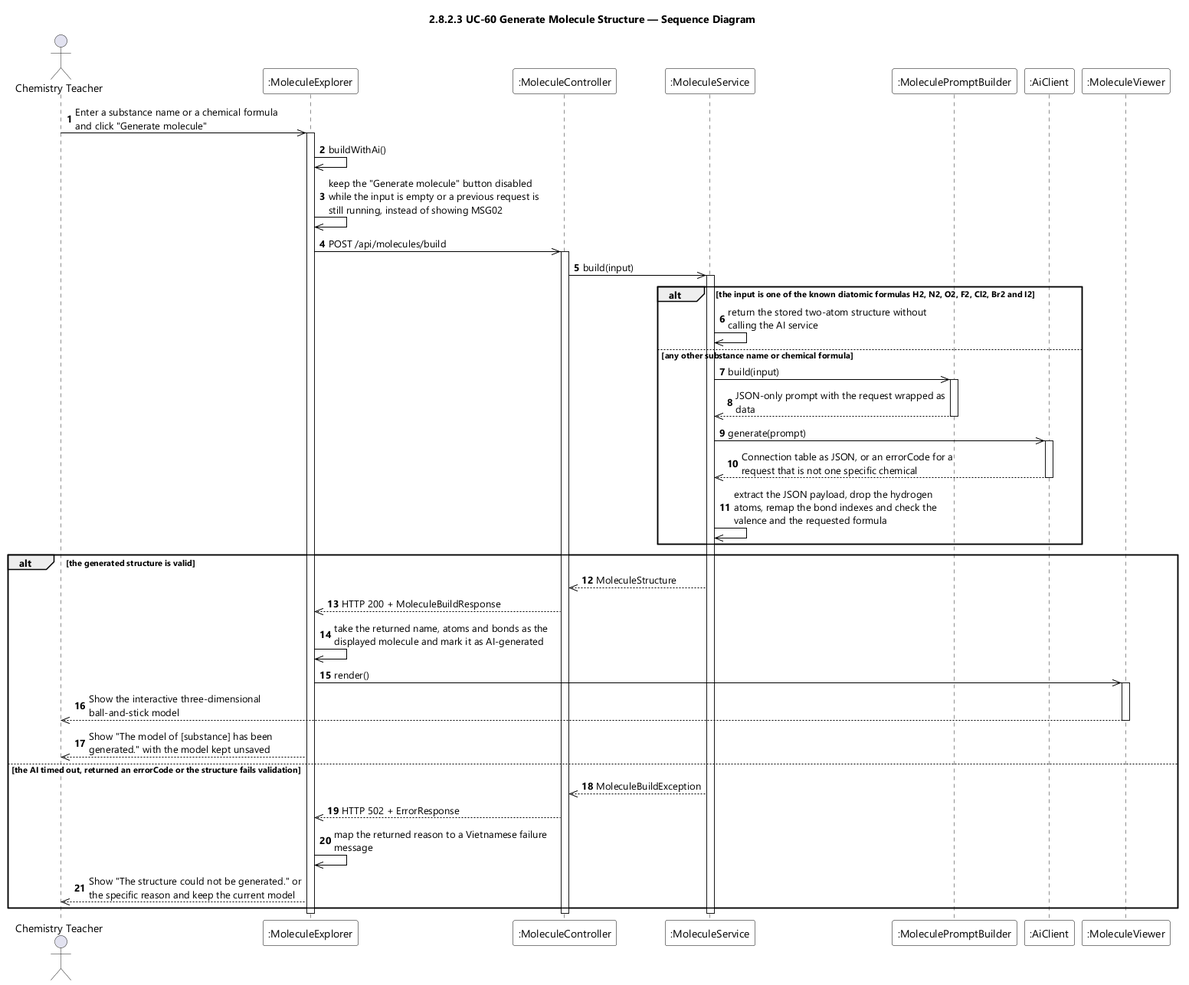
The PlantUML diagram designs/sds-diagrams/uc60/uc60-sequence-diagram.png in EduA-system/EduA-system, before a commit.
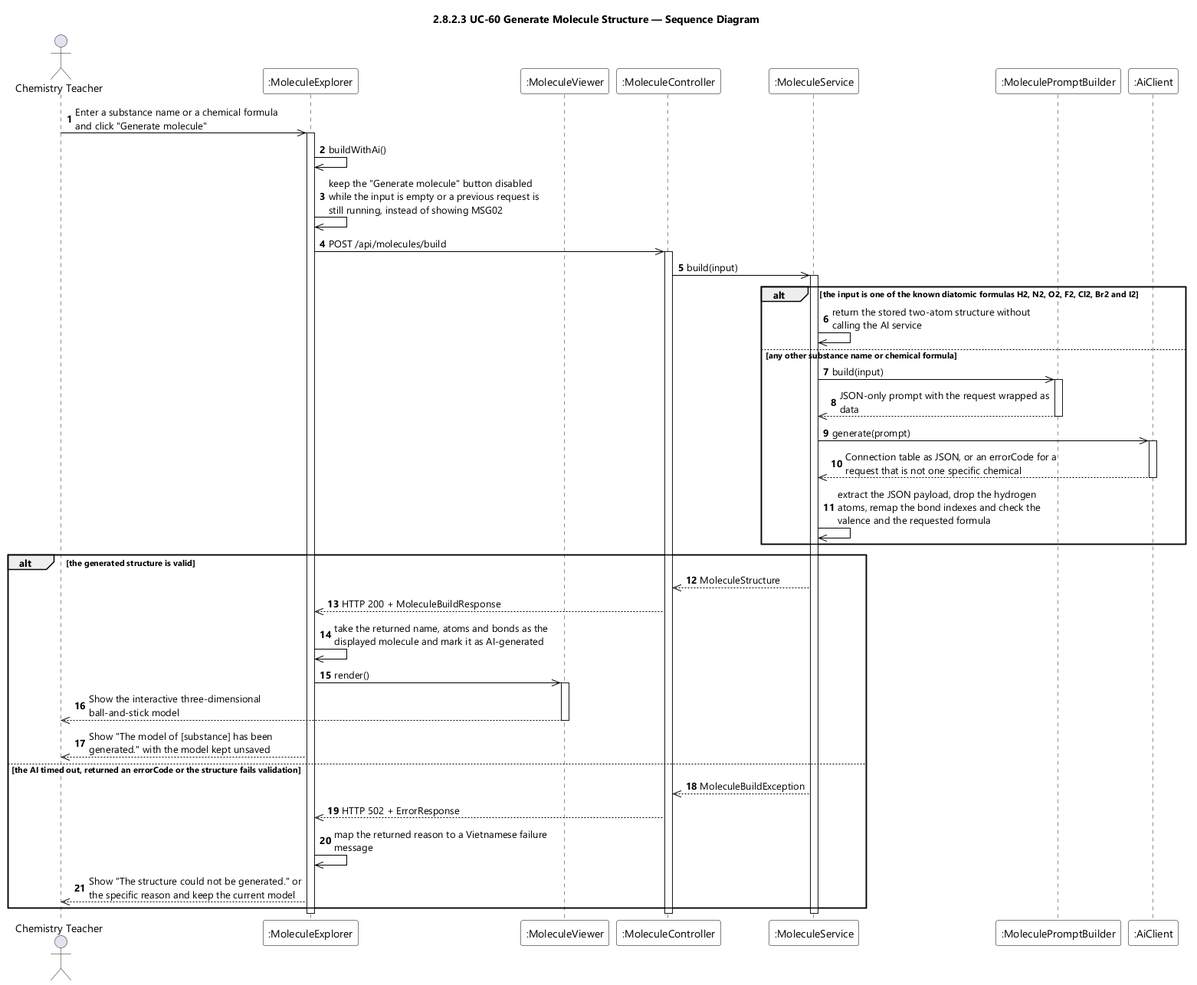
After the change.

What changed in the source:
```diff
@@ -11,11 +11,11 @@
 
 actor "Chemistry Teacher" as Teacher
 participant ":MoleculeExplorer" as EXP
+participant ":MoleculeViewer" as VIEW
 participant ":MoleculeController" as CTL
 participant ":MoleculeService" as SVC
 participant ":MoleculePromptBuilder" as PB
 participant ":AiClient" as AI
-participant ":MoleculeViewer" as VIEW
 
 autonumber
 Teacher ->> EXP : Enter a substance name or a chemical formula and click "Generate molecule"
```
